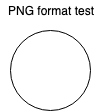
This is diagrams/test_png.png from serodriguez68/react-cheatsheet-udemy-2019, a draw.io export, as it was before one commit. Source tidied: cells renumbered, new cells last; positions are measured from the earlier drawing's top-left corner, leaving out a move shared by most shapes. Source of this version:
```xml
<mxGraphModel>
  <root>
    <mxCell id="0" />
    <mxCell id="1" parent="0" />
    <mxCell id="2" style="ellipse;whiteSpace=wrap;html=1;" parent="1" vertex="1">
      <mxGeometry x="10" y="30" width="80" height="80" as="geometry" />
    </mxCell>
    <mxCell id="3" value="PNG format test" style="text;html=1;strokeColor=none;fillColor=none;align=center;verticalAlign=middle;whiteSpace=wrap;rounded=0;" parent="1" vertex="1">
      <mxGeometry width="100" height="20" as="geometry" />
    </mxCell>
  </root>
</mxGraphModel>
```
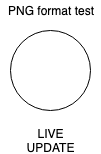
After the commit.

The edit, as a diff of the source:
```diff
@@ -8,5 +8,8 @@
     <mxCell id="3" value="PNG format test" style="text;html=1;strokeColor=none;fillColor=none;align=center;verticalAlign=middle;whiteSpace=wrap;rounded=0;" parent="1" vertex="1">
       <mxGeometry width="100" height="20" as="geometry" />
     </mxCell>
+    <mxCell id="4" value="LIVE UPDATE" style="text;html=1;strokeColor=none;fillColor=none;align=center;verticalAlign=middle;whiteSpace=wrap;rounded=0;" parent="1" vertex="1">
+      <mxGeometry x="30" y="130" width="40" height="20" as="geometry" />
+    </mxCell>
   </root>
 </mxGraphModel>
```
